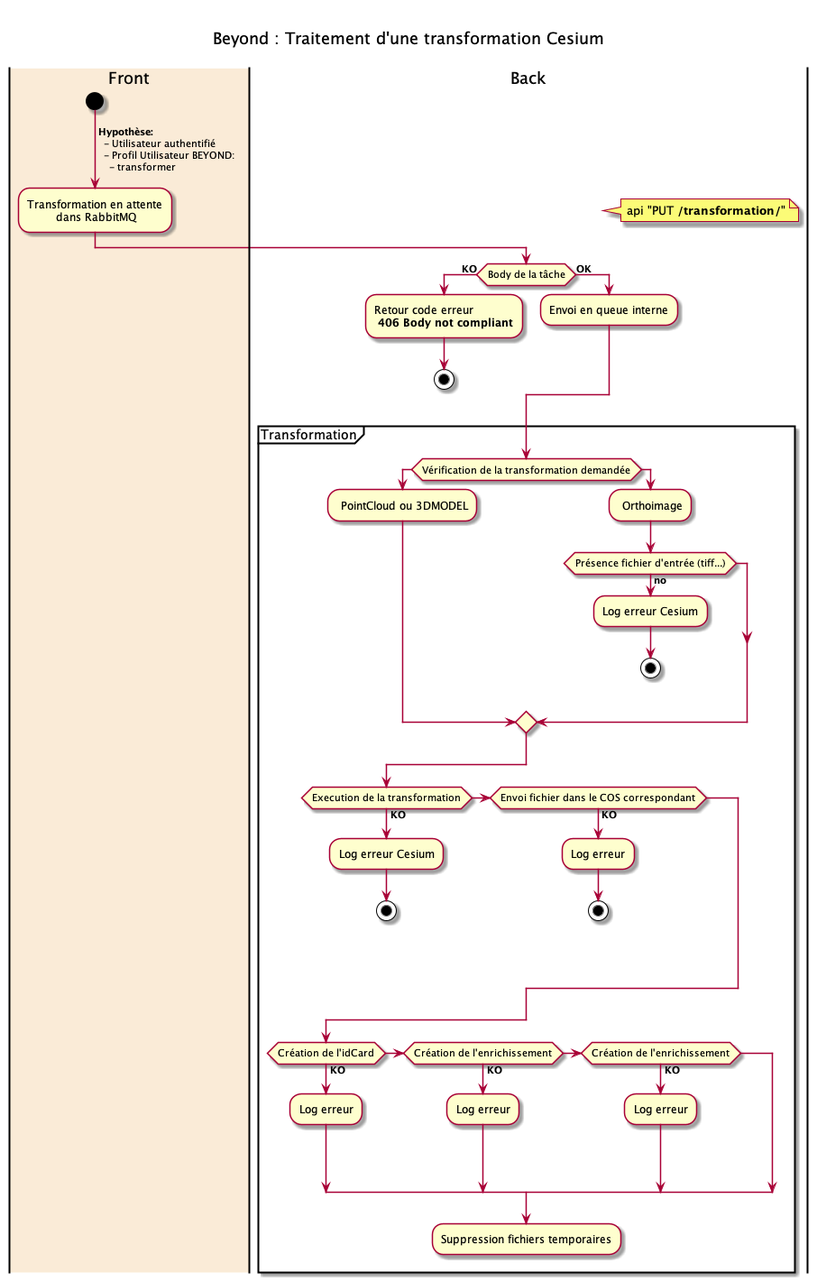
Above: 01.byd-DataFactory/1.ArchitectureDossier/images/transfo_cesium.png in cogirep/documentation (PlantUML), before the change. The source it was exported from:
```plantuml
@startuml transfo_cesium

title

Beyond : Traitement d'une transformation Cesium

end title

|#AntiqueWhite| Front |
start
->  **Hypothèse:** \n  - Utilisateur authentifié \n  - Profil Utilisateur BEYOND:  \n    - transformer;

-Transformation en attente\n        dans RabbitMQ

| Back |
note right
  api "PUT **/transformation/**"
end note
if (Body de la tâche) then (**KO**)
  :Retour code erreur \n **406 Body not compliant**;
  stop
else (**OK**)
  :Envoi en queue interne;
endif

partition "Transformation" {
    if (Vérification de la transformation demandée) then
     : PointCloud ou 3DMODEL;
    else
     : Orthoimage;
       if (Présence fichier d'entrée (tiff...)) then (**no**)
        :Log erreur Cesium;
        stop
       endif
    endif

    if (Execution de la transformation) then (**KO**)
     :Log erreur Cesium;
     stop
    elseif (Envoi fichier dans le COS correspondant) then(**KO**)
     :Log erreur;
     stop
    endif

    if (Création de l'idCard) then(**KO**)
     :Log erreur;
    elseif (Création de l'enrichissement) then (**KO**)
     :Log erreur;
    elseif (Création de l'enrichissement) then (**KO**)
     :Log erreur;
    endif

    -Suppression fichiers temporaires
}

@enduml
```
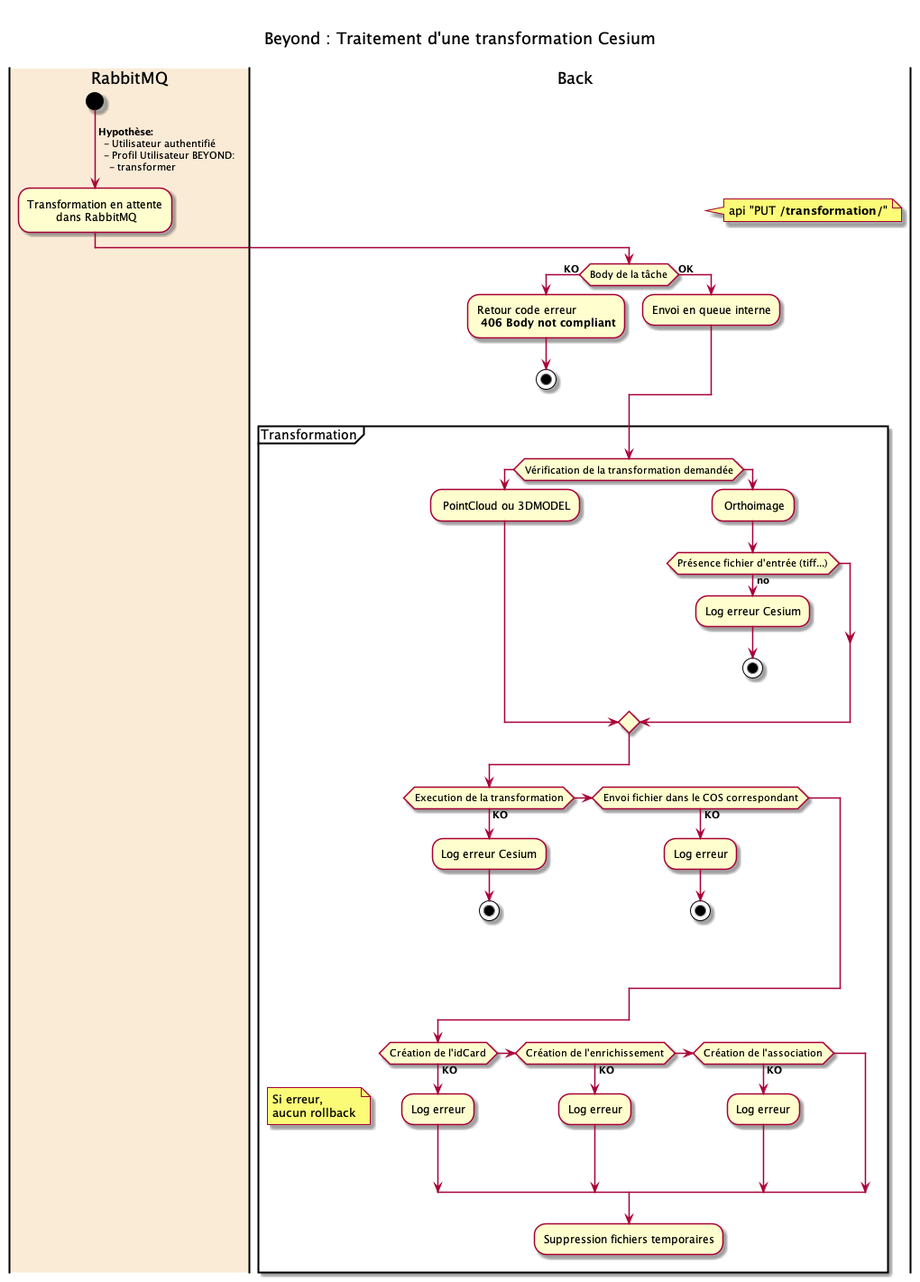
Above is the later version.

Commit message:
doc (transfo): Add rollback note

What changed in the source:
```diff
@@ -6,7 +6,7 @@
 
 end title
 
-|#AntiqueWhite| Front |
+|#AntiqueWhite| RabbitMQ |
 start
 ->  **Hypothèse:** \n  - Utilisateur authentifié \n  - Profil Utilisateur BEYOND:  \n    - transformer;
 
@@ -46,10 +46,13 @@
      :Log erreur;
     elseif (Création de l'enrichissement) then (**KO**)
      :Log erreur;
-    elseif (Création de l'enrichissement) then (**KO**)
+    elseif (Création de l'association) then (**KO**)
      :Log erreur;
     endif
-
+    note left
+      Si erreur,
+      aucun rollback
+    end note
     -Suppression fichiers temporaires
 }
 
```
